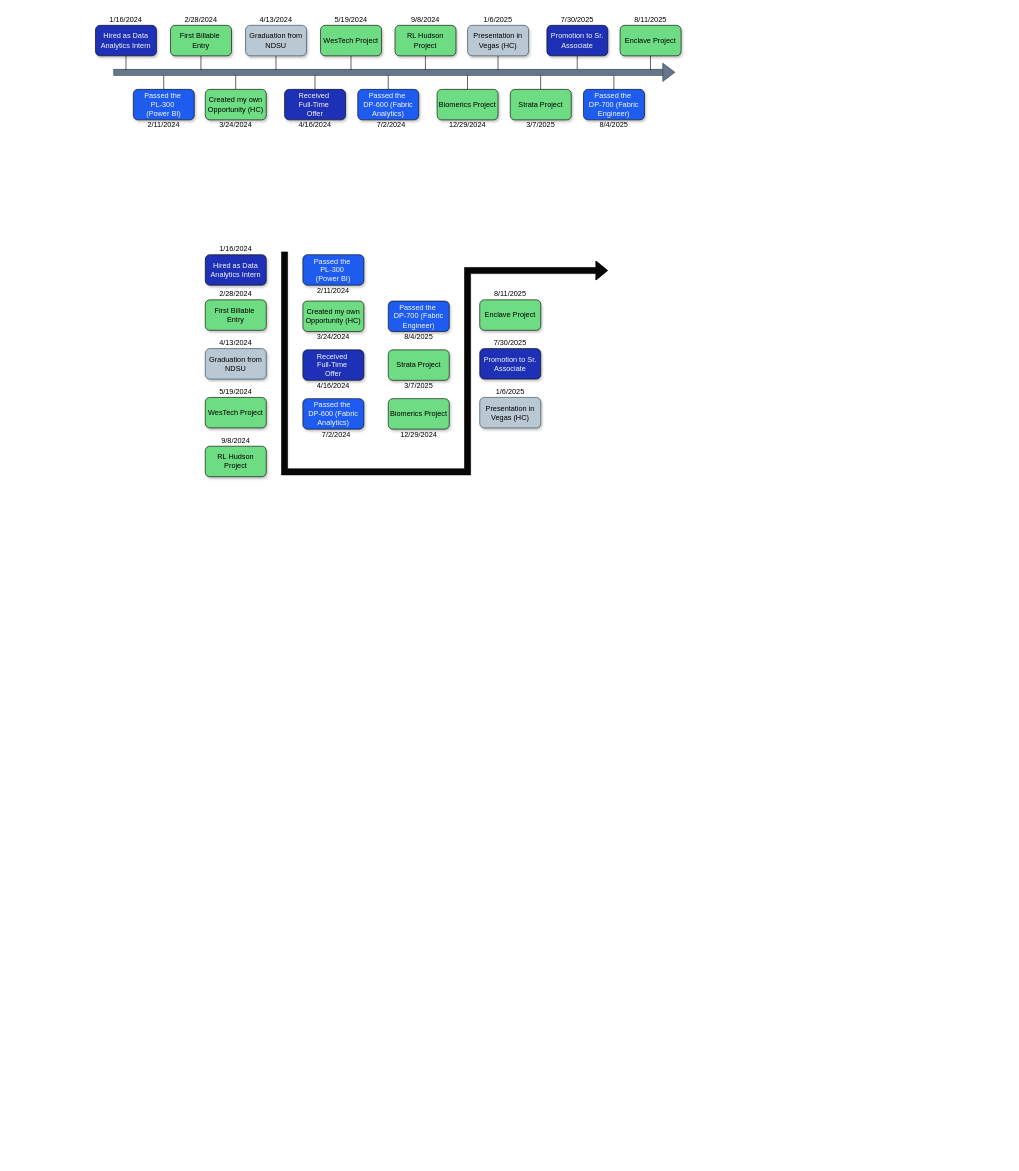
This is page "Page-2" (2 of 2) of BJ_TimeLine.drawio from billjirik/drawio, a draw.io file, before an edit. Source tidied: cells renumbered, new cells numbered last; positions are measured from the earlier drawing's top-left corner, leaving out a move shared by most shapes. Both pictures are drawn from the tidied source at 61%, with x=0, y=0 at pixel (95, 10).
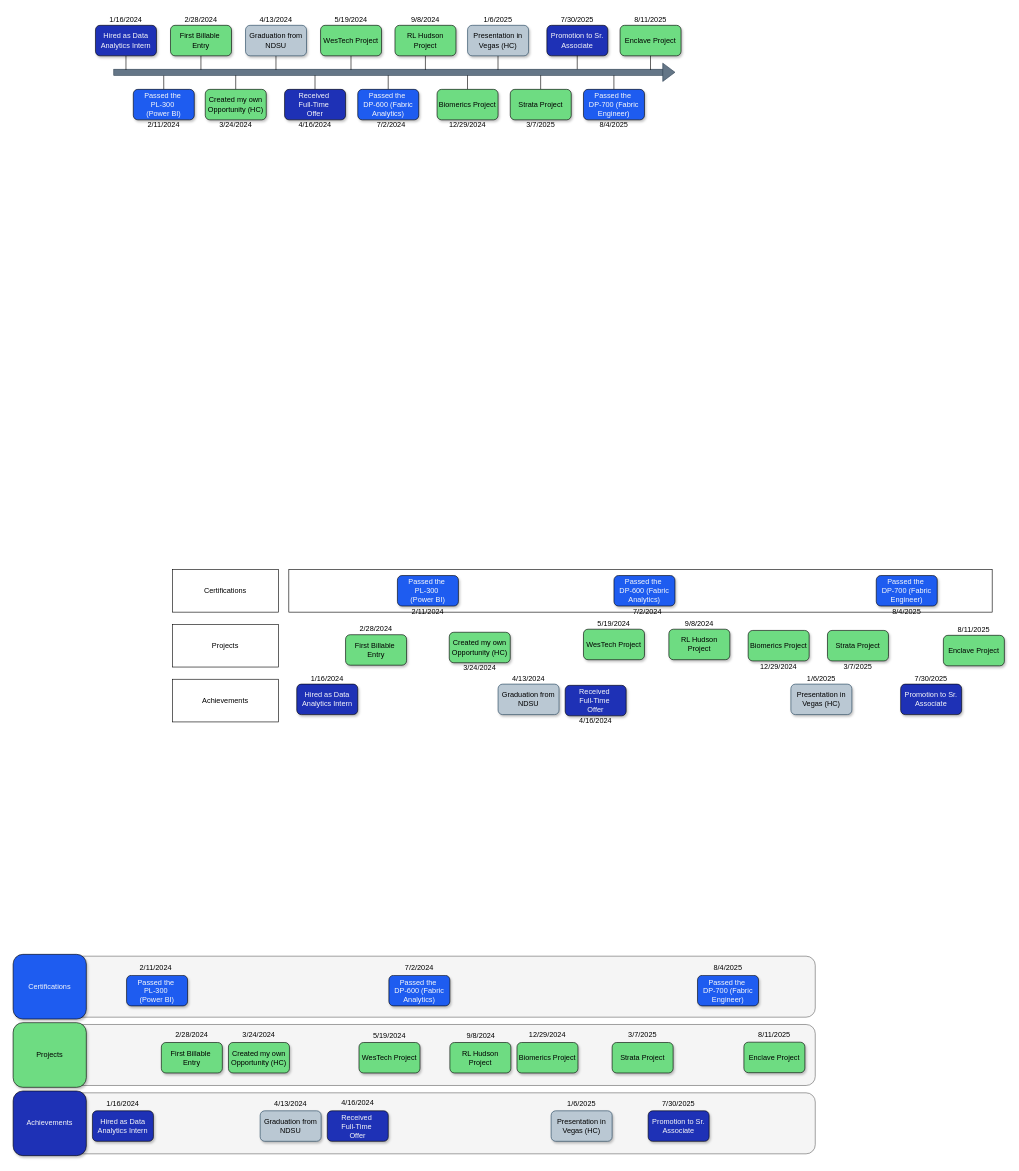
The same page after the edit.

The edit, as a diff of the source:
```diff
@@
+    <mxCell id="109" style="rounded=0;whiteSpace=wrap;html=1;" parent="1" vertex="1">
+      <mxGeometry x="317" y="916" width="1153" height="70" as="geometry" />
+    </mxCell>
@@
     <mxCell id="63" style="group;" parent="1" vertex="1">
-      <mxGeometry x="630" y="536" width="100" height="68" as="geometry" />
+      <mxGeometry x="1320" y="1086" width="100" height="68" as="geometry" />
     </mxCell>
@@
     <mxCell id="66" style="group;" parent="1" vertex="1">
-      <mxGeometry x="630" y="616" width="100" height="68" as="geometry" />
+      <mxGeometry x="1140" y="1086" width="100" height="68" as="geometry" />
     </mxCell>
@@
     <mxCell id="69" style="group;" parent="1" vertex="1">
-      <mxGeometry x="180" y="696" width="100" height="68" as="geometry" />
+      <mxGeometry x="940" y="996" width="100" height="68" as="geometry" />
     </mxCell>
@@
     <mxCell id="72" style="group;" parent="1" vertex="1">
-      <mxGeometry x="180" y="616" width="100" height="68" as="geometry" />
+      <mxGeometry x="800" y="996" width="100" height="68" as="geometry" />
     </mxCell>
@@
     <mxCell id="75" style="group;" parent="1" vertex="1">
-      <mxGeometry x="180" y="536" width="100" height="68" as="geometry" />
+      <mxGeometry x="660" y="1086" width="100" height="68" as="geometry" />
     </mxCell>
@@
     <mxCell id="78" style="group;" parent="1" vertex="1">
-      <mxGeometry x="180" y="450" width="100" height="74" as="geometry" />
+      <mxGeometry x="410" y="999" width="100" height="74" as="geometry" />
     </mxCell>
@@
     <mxCell id="81" style="group;" parent="1" vertex="1">
-      <mxGeometry x="180" y="382" width="100" height="68" as="geometry" />
+      <mxGeometry x="330" y="1086" width="100" height="68" as="geometry" />
     </mxCell>
@@
     <mxCell id="84" style="group;" parent="1" vertex="1">
-      <mxGeometry x="480" y="476" width="100" height="67" as="geometry" />
+      <mxGeometry x="1280" y="926" width="100" height="67" as="geometry" />
     </mxCell>
@@
     <mxCell id="87" style="group;" parent="1" vertex="1">
-      <mxGeometry x="480" y="556" width="100" height="67" as="geometry" />
+      <mxGeometry x="1200" y="1016" width="100" height="67" as="geometry" />
     </mxCell>
@@
     <mxCell id="90" style="group;" parent="1" vertex="1">
-      <mxGeometry x="480" y="636" width="100" height="67" as="geometry" />
+      <mxGeometry x="1070" y="1016" width="100" height="67" as="geometry" />
     </mxCell>
@@
     <mxCell id="93" style="group;" parent="1" vertex="1">
-      <mxGeometry x="340" y="636" width="100" height="67" as="geometry" />
+      <mxGeometry x="850" y="926" width="100" height="67" as="geometry" />
     </mxCell>
@@
     <mxCell id="96" style="group;" parent="1" vertex="1">
-      <mxGeometry x="340" y="556" width="100" height="67" as="geometry" />
+      <mxGeometry x="770" y="1106" width="100" height="67" as="geometry" />
     </mxCell>
@@
     <mxCell id="99" style="group;" parent="1" vertex="1">
-      <mxGeometry x="340" y="476" width="100" height="67" as="geometry" />
+      <mxGeometry x="580" y="1019" width="100" height="67" as="geometry" />
     </mxCell>
@@
     <mxCell id="102" style="group;" parent="1" vertex="1">
-      <mxGeometry x="340" y="400" width="100" height="67" as="geometry" />
+      <mxGeometry x="495" y="926" width="100" height="67" as="geometry" />
     </mxCell>
@@
     <mxCell id="105" style="group;" parent="1" vertex="1">
-      <mxGeometry x="630" y="456" width="100" height="68" as="geometry" />
+      <mxGeometry x="1390" y="1006" width="100" height="68" as="geometry" />
     </mxCell>
@@
-    <mxCell id="108" style="shape=flexArrow;endArrow=classic;html=1;rounded=0;fillColor=#060606;" parent="1" edge="1">
-      <mxGeometry relative="1" as="geometry">
-        <mxPoint x="310" y="395" as="sourcePoint" />
-        <mxPoint x="840" y="426" as="targetPoint" />
-        <Array as="points">
-          <mxPoint x="310" y="756" />
-          <mxPoint x="610" y="756" />
-          <mxPoint x="610" y="426" />
-        </Array>
-      </mxGeometry>
-    </mxCell>
+    <mxCell id="110" value="Certifications" style="rounded=0;whiteSpace=wrap;html=1;" parent="1" vertex="1">
+      <mxGeometry x="126" y="916" width="174" height="70" as="geometry" />
+    </mxCell>
+    <mxCell id="111" value="Projects" style="rounded=0;whiteSpace=wrap;html=1;" parent="1" vertex="1">
+      <mxGeometry x="126" y="1006" width="174" height="70" as="geometry" />
+    </mxCell>
+    <mxCell id="112" value="Achievements" style="rounded=0;whiteSpace=wrap;html=1;" parent="1" vertex="1">
+      <mxGeometry x="126" y="1096" width="174" height="70" as="geometry" />
+    </mxCell>
+    <mxCell id="113" style="rounded=1;whiteSpace=wrap;html=1;fillColor=#f5f5f5;fontColor=#333333;strokeColor=#666666;" parent="1" vertex="1">
+      <mxGeometry x="-90" y="1550" width="1270" height="100" as="geometry" />
+    </mxCell>
+    <mxCell id="114" style="rounded=1;whiteSpace=wrap;html=1;fillColor=#f5f5f5;fontColor=#333333;strokeColor=#666666;" parent="1" vertex="1">
+      <mxGeometry x="-79" y="1662" width="1259" height="100" as="geometry" />
+    </mxCell>
+    <mxCell id="115" style="rounded=1;whiteSpace=wrap;html=1;fillColor=#f5f5f5;fontColor=#333333;strokeColor=#666666;" parent="1" vertex="1">
+      <mxGeometry x="-75" y="1774" width="1255" height="100" as="geometry" />
+    </mxCell>
+    <mxCell id="116" style="group;" parent="1" vertex="1">
+      <mxGeometry x="987" y="1560.5" width="100" height="71" as="geometry" />
+    </mxCell>
+    <mxCell id="117" value="Passed the&amp;nbsp;&lt;div&gt;DP-700 (Fabric Engineer)&lt;/div&gt;" style="rounded=1;whiteSpace=wrap;html=1;fontStyle=0;fillColor=#1E5CF0;fontColor=#F9F9F9;shadow=1;" parent="116" vertex="1">
+      <mxGeometry y="21" width="100" height="50" as="geometry" />
+    </mxCell>
+    <mxCell id="118" value="8/4/2025" style="text;html=1;align=center;verticalAlign=middle;whiteSpace=wrap;rounded=0;fontStyle=0;" parent="116" vertex="1">
+      <mxGeometry x="20" width="60" height="17" as="geometry" />
+    </mxCell>
+    <mxCell id="119" value="Certifications" style="rounded=1;whiteSpace=wrap;html=1;shadow=1;strokeColor=default;align=center;verticalAlign=middle;fontFamily=Helvetica;fontSize=12;fontColor=#F9F9F9;fontStyle=0;fillColor=#1E5CF0;" parent="1" vertex="1">
+      <mxGeometry x="-135" y="1547" width="120" height="106" as="geometry" />
+    </mxCell>
+    <mxCell id="120" value="Projects" style="rounded=1;whiteSpace=wrap;html=1;shadow=1;strokeColor=default;align=center;verticalAlign=middle;fontFamily=Helvetica;fontSize=12;fontColor=default;fontStyle=0;fillColor=#6EDC82;" parent="1" vertex="1">
+      <mxGeometry x="-135" y="1659" width="120" height="106" as="geometry" />
+    </mxCell>
+    <mxCell id="121" value="Achievements" style="rounded=1;whiteSpace=wrap;html=1;shadow=1;strokeColor=default;align=center;verticalAlign=middle;fontFamily=Helvetica;fontSize=12;fontColor=#F9F9F9;fontStyle=0;fillColor=#1E31B6;gradientColor=none;" parent="1" vertex="1">
+      <mxGeometry x="-135" y="1771" width="120" height="106" as="geometry" />
+    </mxCell>
+    <mxCell id="122" value="Hired as Data Analytics Intern" style="rounded=1;whiteSpace=wrap;html=1;fontStyle=0;gradientColor=none;strokeColor=default;fillColor=#1E31B6;fontColor=#F9F9F9;shadow=1;" parent="1" vertex="1">
+      <mxGeometry x="-5" y="1803.5" width="100" height="50" as="geometry" />
+    </mxCell>
+    <mxCell id="123" value="1/16/2024" style="text;html=1;align=center;verticalAlign=middle;whiteSpace=wrap;rounded=0;fontStyle=0;" parent="1" vertex="1">
+      <mxGeometry x="15" y="1782.5" width="60" height="18" as="geometry" />
+    </mxCell>
+    <mxCell id="124" value="Passed the&amp;nbsp;&lt;div&gt;PL-300&amp;nbsp;&lt;/div&gt;&lt;div&gt;(Power BI)&lt;/div&gt;" style="rounded=1;whiteSpace=wrap;html=1;fontStyle=0;fillColor=#1E5CF0;fontColor=#F9F9F9;shadow=1;" parent="1" vertex="1">
+      <mxGeometry x="51" y="1581.5" width="100" height="50" as="geometry" />
+    </mxCell>
+    <mxCell id="125" value="2/11/2024" style="text;html=1;align=center;verticalAlign=middle;whiteSpace=wrap;rounded=0;fontStyle=0;" parent="1" vertex="1">
+      <mxGeometry x="69" y="1560.5" width="60" height="17" as="geometry" />
+    </mxCell>
+    <mxCell id="126" value="First Billable&amp;nbsp;&lt;div&gt;Entry&lt;/div&gt;" style="rounded=1;whiteSpace=wrap;html=1;fontStyle=0;shadow=1;fillColor=#6EDC82;" parent="1" vertex="1">
+      <mxGeometry x="108" y="1691.5" width="100" height="50" as="geometry" />
+    </mxCell>
+    <mxCell id="127" value="2/28/2024" style="text;html=1;align=center;verticalAlign=middle;whiteSpace=wrap;rounded=0;fontStyle=0;" parent="1" vertex="1">
+      <mxGeometry x="128" y="1670.5" width="60" height="17" as="geometry" />
+    </mxCell>
+    <mxCell id="128" value="Created my own Opportunity (HC)" style="rounded=1;whiteSpace=wrap;html=1;fontStyle=0;shadow=1;fillColor=#6EDC82;" parent="1" vertex="1">
+      <mxGeometry x="218" y="1691.5" width="100" height="50" as="geometry" />
+    </mxCell>
+    <mxCell id="129" value="3/24/2024" style="text;html=1;align=center;verticalAlign=middle;whiteSpace=wrap;rounded=0;fontStyle=0;" parent="1" vertex="1">
+      <mxGeometry x="238" y="1670.5" width="60" height="17" as="geometry" />
+    </mxCell>
+    <mxCell id="130" value="Graduation from NDSU" style="rounded=1;whiteSpace=wrap;html=1;fontStyle=0;shadow=1;fillColor=#bac8d3;strokeColor=#23445d;" parent="1" vertex="1">
+      <mxGeometry x="270" y="1803.5" width="100" height="50" as="geometry" />
+    </mxCell>
+    <mxCell id="131" value="4/13/2024" style="text;html=1;align=center;verticalAlign=middle;whiteSpace=wrap;rounded=0;fontStyle=0;" parent="1" vertex="1">
+      <mxGeometry x="290" y="1782.5" width="60" height="18" as="geometry" />
+    </mxCell>
+    <mxCell id="132" value="Received&amp;nbsp;&lt;div&gt;Full-Time&amp;nbsp;&lt;div&gt;Offer&lt;/div&gt;&lt;/div&gt;" style="rounded=1;whiteSpace=wrap;html=1;fontStyle=0;gradientColor=none;strokeColor=default;fillColor=#1E31B6;fontColor=#F9F9F9;shadow=1;" parent="1" vertex="1">
+      <mxGeometry x="380" y="1803.5" width="100" height="50" as="geometry" />
+    </mxCell>
+    <mxCell id="133" value="4/16/2024" style="text;html=1;align=center;verticalAlign=middle;whiteSpace=wrap;rounded=0;fontStyle=0;" parent="1" vertex="1">
+      <mxGeometry x="400" y="1782.5" width="60" height="17" as="geometry" />
+    </mxCell>
+    <mxCell id="134" value="WesTech Project" style="rounded=1;whiteSpace=wrap;html=1;fontStyle=0;shadow=1;fillColor=#6EDC82;" parent="1" vertex="1">
+      <mxGeometry x="432" y="1691.5" width="100" height="50" as="geometry" />
+    </mxCell>
+    <mxCell id="135" value="5/19/2024" style="text;html=1;align=center;verticalAlign=middle;whiteSpace=wrap;rounded=0;fontStyle=0;" parent="1" vertex="1">
+      <mxGeometry x="452" y="1670.5" width="60" height="18" as="geometry" />
+    </mxCell>
+    <mxCell id="136" value="Passed the&amp;nbsp;&lt;div&gt;DP-600 (Fabric Analytics)&lt;/div&gt;" style="rounded=1;whiteSpace=wrap;html=1;fontStyle=0;fillColor=#1E5CF0;fontColor=#F9F9F9;shadow=1;" parent="1" vertex="1">
+      <mxGeometry x="481" y="1581.5" width="100" height="50" as="geometry" />
+    </mxCell>
+    <mxCell id="137" value="7/2/2024" style="text;html=1;align=center;verticalAlign=middle;whiteSpace=wrap;rounded=0;fontStyle=0;" parent="1" vertex="1">
+      <mxGeometry x="501" y="1560.5" width="60" height="17" as="geometry" />
+    </mxCell>
+    <mxCell id="138" value="RL Hudson Project" style="rounded=1;whiteSpace=wrap;html=1;fontStyle=0;shadow=1;fillColor=#6EDC82;" parent="1" vertex="1">
+      <mxGeometry x="581" y="1691.5" width="100" height="50" as="geometry" />
+    </mxCell>
+    <mxCell id="139" value="9/8/2024" style="text;html=1;align=center;verticalAlign=middle;whiteSpace=wrap;rounded=0;fontStyle=0;" parent="1" vertex="1">
+      <mxGeometry x="602" y="1670.5" width="60" height="18" as="geometry" />
+    </mxCell>
+    <mxCell id="140" value="Biomerics Project" style="rounded=1;whiteSpace=wrap;html=1;fontStyle=0;shadow=1;fillColor=#6EDC82;" parent="1" vertex="1">
+      <mxGeometry x="691" y="1691.5" width="100" height="50" as="geometry" />
+    </mxCell>
+    <mxCell id="141" value="12/29/2024" style="text;html=1;align=center;verticalAlign=middle;whiteSpace=wrap;rounded=0;fontStyle=0;" parent="1" vertex="1">
+      <mxGeometry x="711" y="1670.5" width="60" height="17" as="geometry" />
+    </mxCell>
+    <mxCell id="142" value="Presentation in Vegas (HC)" style="rounded=1;whiteSpace=wrap;html=1;fontStyle=0;shadow=1;fillColor=#bac8d3;strokeColor=#23445d;" parent="1" vertex="1">
+      <mxGeometry x="747" y="1803.5" width="100" height="50" as="geometry" />
+    </mxCell>
+    <mxCell id="143" value="1/6/2025" style="text;html=1;align=center;verticalAlign=middle;whiteSpace=wrap;rounded=0;fontStyle=0;" parent="1" vertex="1">
+      <mxGeometry x="767" y="1782.5" width="60" height="18" as="geometry" />
+    </mxCell>
+    <mxCell id="144" value="Strata Project" style="rounded=1;whiteSpace=wrap;html=1;fontStyle=0;shadow=1;fillColor=#6EDC82;" parent="1" vertex="1">
+      <mxGeometry x="847" y="1691.5" width="100" height="50" as="geometry" />
+    </mxCell>
+    <mxCell id="145" value="3/7/2025" style="text;html=1;align=center;verticalAlign=middle;whiteSpace=wrap;rounded=0;fontStyle=0;" parent="1" vertex="1">
+      <mxGeometry x="867" y="1670.5" width="60" height="17" as="geometry" />
+    </mxCell>
+    <mxCell id="146" value="Promotion to Sr. Associate" style="rounded=1;whiteSpace=wrap;html=1;fontStyle=0;gradientColor=none;strokeColor=default;fillColor=#1E31B6;fontColor=#F9F9F9;shadow=1;" parent="1" vertex="1">
+      <mxGeometry x="906" y="1803.5" width="100" height="50" as="geometry" />
+    </mxCell>
+    <mxCell id="147" value="7/30/2025" style="text;html=1;align=center;verticalAlign=middle;whiteSpace=wrap;rounded=0;fontStyle=0;" parent="1" vertex="1">
+      <mxGeometry x="926" y="1782.5" width="60" height="18" as="geometry" />
+    </mxCell>
+    <mxCell id="148" value="Enclave Project" style="rounded=1;whiteSpace=wrap;html=1;textShadow=0;labelBackgroundColor=none;labelBorderColor=none;fontStyle=0;shadow=1;fillColor=#6EDC82;" parent="1" vertex="1">
+      <mxGeometry x="1063" y="1691" width="100" height="50" as="geometry" />
+    </mxCell>
+    <mxCell id="149" value="8/11/2025" style="text;html=1;align=center;verticalAlign=middle;whiteSpace=wrap;rounded=0;fontStyle=0;" parent="1" vertex="1">
+      <mxGeometry x="1083" y="1670" width="60" height="18" as="geometry" />
+    </mxCell>
```
